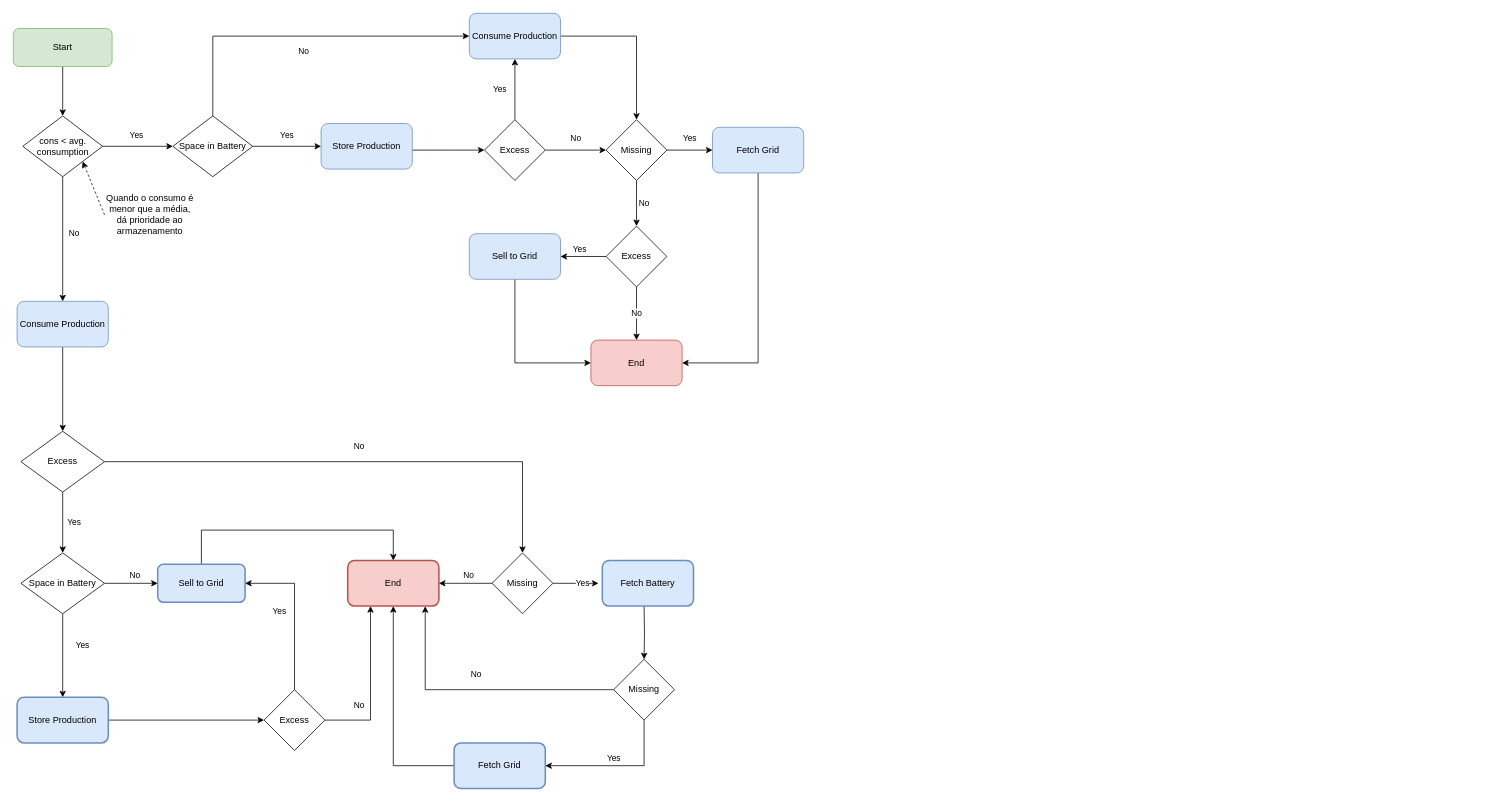
Before: images/algorithm.drawio in miguelmatos-ua/sistema_gestao_rec, a draw.io diagram. Source tidied: cells renumbered, new cells numbered last; positions are measured from the earlier drawing's top-left corner, leaving out a move shared by most shapes. Both pictures are drawn from the tidied source at 76%, with x=0, y=0 at pixel (13, 13).
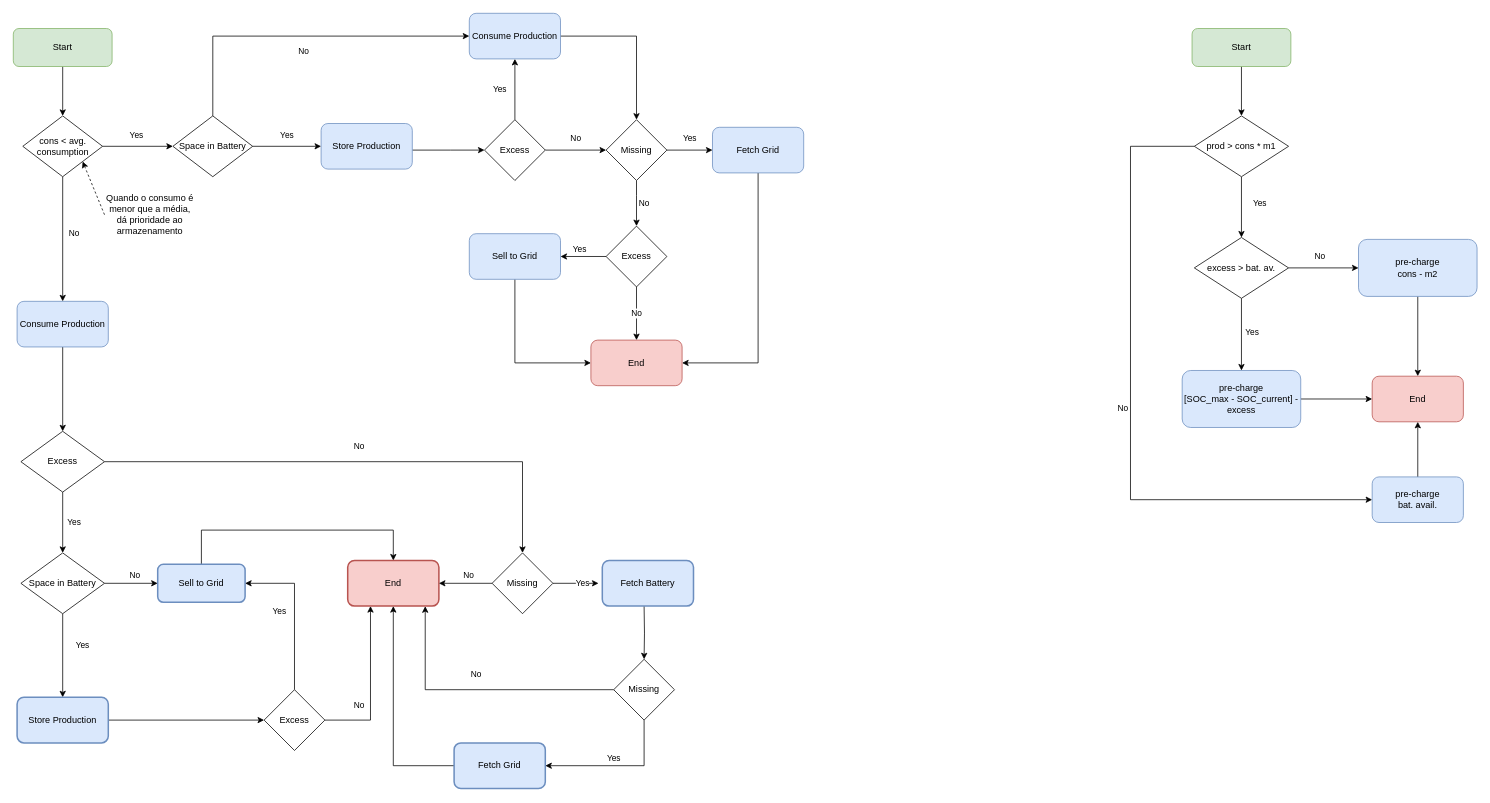
Above is the later version.

The edit, as a diff of the source:
```diff
@@
+    <mxCell id="57" style="edgeStyle=orthogonalEdgeStyle;rounded=0;jettySize=auto;html=1;" parent="1" edge="1" source="58" target="61">
+      <mxGeometry relative="1" as="geometry" />
+    </mxCell>
+    <mxCell id="58" value="Start" style="rounded=1;whiteSpace=wrap;html=1;fontSize=12;glass=0;strokeWidth=1;shadow=0;fillColor=#d5e8d4;strokeColor=#82b366;" parent="1" vertex="1">
+      <mxGeometry x="1551" y="20" width="130" height="50" as="geometry" />
+    </mxCell>
+    <mxCell id="59" value="Yes" style="edgeStyle=orthogonalEdgeStyle;rounded=0;jettySize=auto;html=1;" parent="1" edge="1" source="61" target="64">
+      <mxGeometry x="-0.12" y="24" relative="1" as="geometry" />
+    </mxCell>
+    <mxCell id="60" value="No" style="edgeStyle=orthogonalEdgeStyle;rounded=0;jettySize=auto;html=1;" parent="1" edge="1" source="61" target="70">
+      <mxGeometry x="-0.01" y="-10" relative="1" as="geometry">
+        <Array as="points">
+          <mxPoint x="1470" y="175" />
+          <mxPoint x="1470" y="640" />
+        </Array>
+      </mxGeometry>
+    </mxCell>
+    <mxCell id="61" value="prod &amp;gt; cons * m1" style="rhombus;whiteSpace=wrap;html=1;rounded=0;glass=0;strokeWidth=1;shadow=0;" parent="1" vertex="1">
+      <mxGeometry x="1554" y="135" width="124" height="80" as="geometry" />
+    </mxCell>
+    <mxCell id="62" value="Yes" style="edgeStyle=orthogonalEdgeStyle;rounded=0;jettySize=auto;html=1;" parent="1" edge="1" source="64" target="66">
+      <mxGeometry x="-0.05" y="14" relative="1" as="geometry" />
+    </mxCell>
+    <mxCell id="63" value="No" style="edgeStyle=orthogonalEdgeStyle;rounded=0;jettySize=auto;html=1;entryX=0;entryY=0.5;entryDx=0;entryDy=0;" parent="1" edge="1" source="64" target="68">
+      <mxGeometry x="-0.09" y="15" relative="1" as="geometry">
+        <mxPoint x="-1" as="offset" />
+      </mxGeometry>
+    </mxCell>
+    <mxCell id="64" value="excess &amp;gt; bat. av." style="rhombus;whiteSpace=wrap;html=1;rounded=0;glass=0;strokeWidth=1;shadow=0;" parent="1" vertex="1">
+      <mxGeometry x="1554" y="295" width="124" height="80" as="geometry" />
+    </mxCell>
+    <mxCell id="65" style="edgeStyle=orthogonalEdgeStyle;rounded=0;jettySize=auto;html=1;entryX=0;entryY=0.5;entryDx=0;entryDy=0;" parent="1" edge="1" source="66" target="71">
+      <mxGeometry relative="1" as="geometry" />
+    </mxCell>
+    <mxCell id="66" value="&lt;div&gt;pre-charge&lt;/div&gt;&lt;div&gt;[SOC_max - SOC_current] - excess &lt;br&gt;&lt;/div&gt;" style="whiteSpace=wrap;html=1;rounded=1;glass=0;strokeWidth=1;shadow=0;fillColor=#dae8fc;strokeColor=#6c8ebf;" parent="1" vertex="1">
+      <mxGeometry x="1538" y="470" width="156" height="75" as="geometry" />
+    </mxCell>
+    <mxCell id="67" style="edgeStyle=orthogonalEdgeStyle;rounded=0;jettySize=auto;html=1;entryX=0.5;entryY=0;entryDx=0;entryDy=0;" parent="1" edge="1" source="68" target="71">
+      <mxGeometry relative="1" as="geometry" />
+    </mxCell>
+    <mxCell id="68" value="&lt;div&gt;pre-charge&lt;/div&gt;cons - m2" style="whiteSpace=wrap;html=1;rounded=1;glass=0;strokeWidth=1;shadow=0;fillColor=#dae8fc;strokeColor=#6c8ebf;" parent="1" vertex="1">
+      <mxGeometry x="1770" y="297.5" width="156" height="75" as="geometry" />
+    </mxCell>
+    <mxCell id="69" style="edgeStyle=orthogonalEdgeStyle;rounded=0;jettySize=auto;html=1;" parent="1" edge="1" source="70" target="71">
+      <mxGeometry relative="1" as="geometry" />
+    </mxCell>
+    <mxCell id="70" value="&lt;div&gt;pre-charge&lt;/div&gt;&lt;div&gt;bat. avail.&lt;br&gt;&lt;/div&gt;" style="whiteSpace=wrap;html=1;rounded=1;glass=0;strokeWidth=1;shadow=0;fillColor=#dae8fc;strokeColor=#6c8ebf;" parent="1" vertex="1">
+      <mxGeometry x="1788" y="610" width="120" height="60" as="geometry" />
+    </mxCell>
+    <mxCell id="71" value="End" style="whiteSpace=wrap;html=1;rounded=1;glass=0;strokeWidth=1;shadow=0;fillColor=#f8cecc;strokeColor=#b85450;" parent="1" vertex="1">
+      <mxGeometry x="1788" y="477.5" width="120" height="60" as="geometry" />
+    </mxCell>
```
